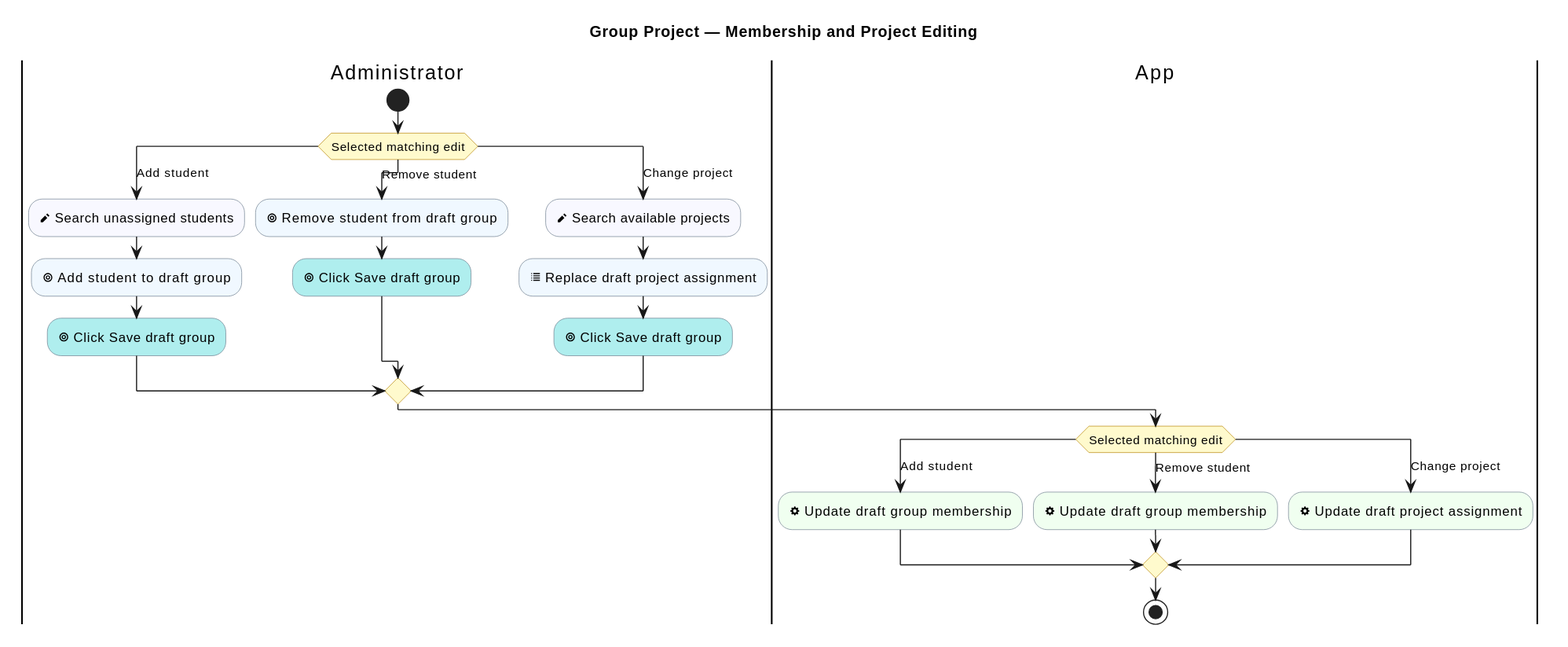
The PlantUML diagram industrial-placement-group-project/diagrams/group-project/membership-and-project-editing.svg in sdflkjssl/sdflkjssl.github.io, before a commit.
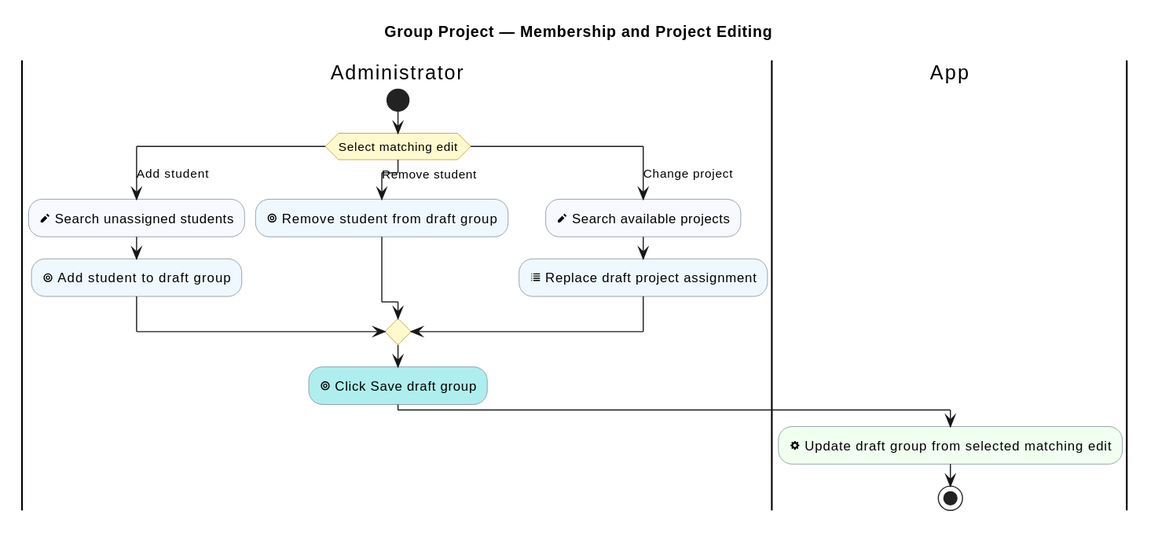
Later version of the same file.

Change to the diagram source:
```diff
@@ -12,28 +12,19 @@
 
 |Administrator|
 start
-switch (Selected matching edit)
+switch (Select matching edit)
 case (Add student)
   :<&pencil> Search unassigned students; <<#GhostWhite>>
   :<&target> Add student to draft group; <<#AliceBlue>>
-  :<&target> Click Save draft group; <<#PaleTurquoise>>
 case (Remove student)
   :<&target> Remove student from draft group; <<#AliceBlue>>
-  :<&target> Click Save draft group; <<#PaleTurquoise>>
 case (Change project)
   :<&pencil> Search available projects; <<#GhostWhite>>
   :<&list> Replace draft project assignment; <<#AliceBlue>>
-  :<&target> Click Save draft group; <<#PaleTurquoise>>
 endswitch
+:<&target> Click Save draft group; <<#PaleTurquoise>>
 
 |App|
-switch (Selected matching edit)
-case (Add student)
-  :<&cog> Update draft group membership; <<#HoneyDew>>
-case (Remove student)
-  :<&cog> Update draft group membership; <<#HoneyDew>>
-case (Change project)
-  :<&cog> Update draft project assignment; <<#HoneyDew>>
-endswitch
+:<&cog> Update draft group from selected matching edit; <<#HoneyDew>>
 stop
 @enduml
```
